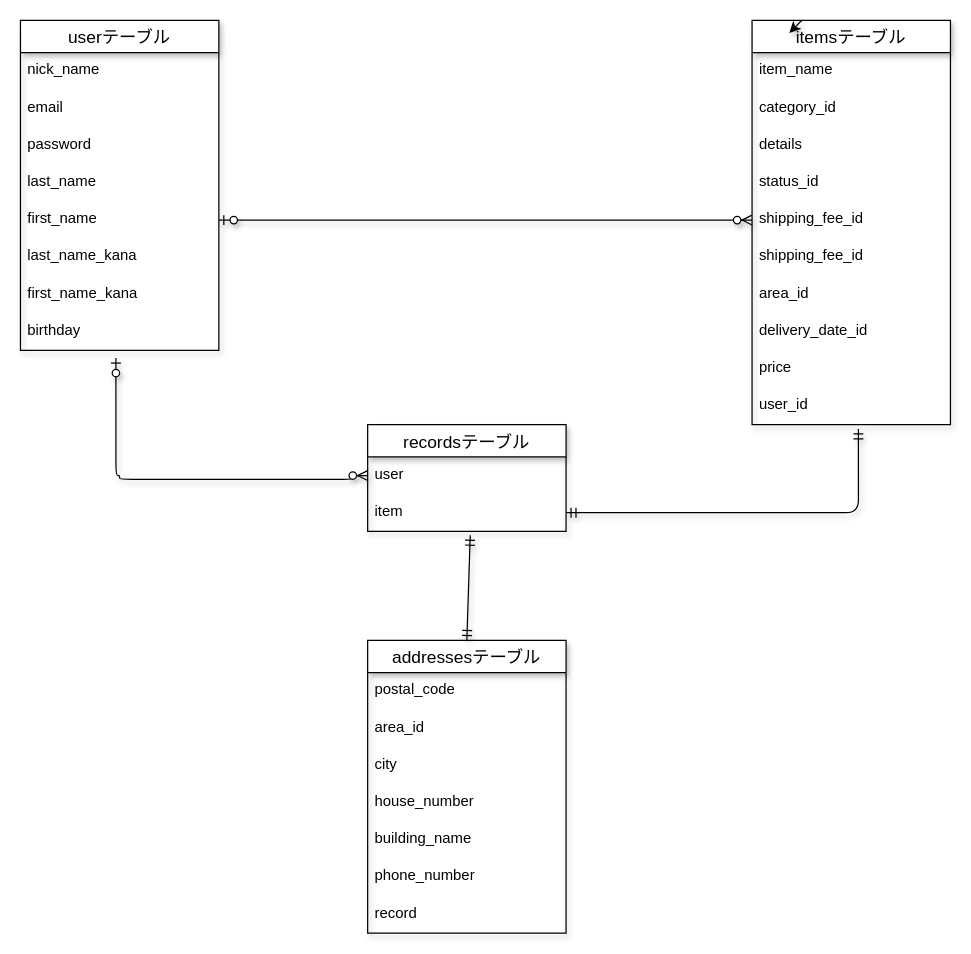
The draw.io diagram dber.dio in hagihara-eisuke02/furima-35544, before the edit. Source tidied: cells renumbered, new cells numbered last; positions are measured from the earlier drawing's top-left corner, leaving out a move shared by most shapes. Both pictures are drawn from the tidied source at 124%, with x=0, y=0 at pixel (20, 20).
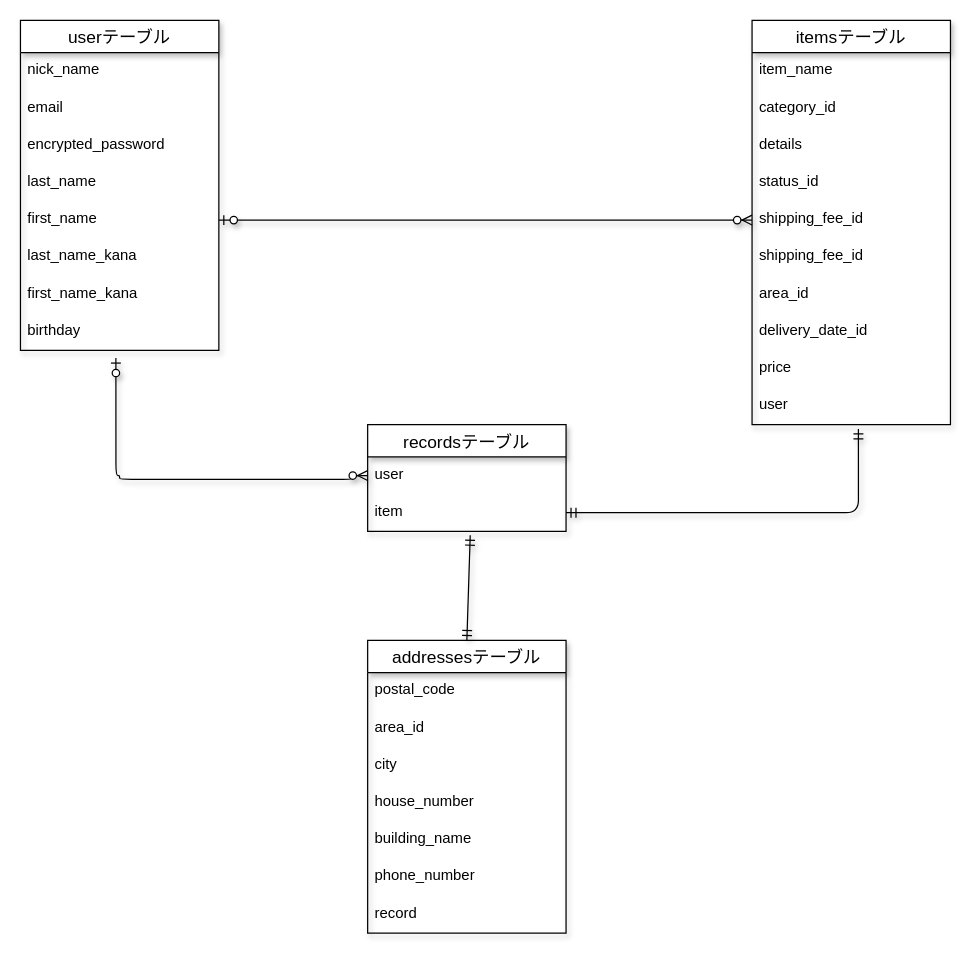
The same diagram, later.

The change refers to these unchanged cells:
```xml
<mxCell id="2" value="userテーブル" style="swimlane;fontStyle=0;horizontal=1;startSize=26;align=center;fontSize=14;shadow=1;" parent="1" vertex="1">
  <mxGeometry width="160" height="266" as="geometry" />
</mxCell>
<mxCell id="11" value="itemsテーブル" style="swimlane;fontStyle=0;horizontal=1;startSize=26;align=center;fontSize=14;shadow=1;" parent="1" vertex="1">
  <mxGeometry x="590" width="160" height="326" as="geometry" />
</mxCell>
```

What changed in the source:
```diff
@@
-    <mxCell id="5" value="password" style="text;strokeColor=none;fillColor=none;spacingLeft=4;spacingRight=4;overflow=hidden;fontSize=12;" parent="2" vertex="1">
+    <mxCell id="5" value="encrypted_password" style="text;strokeColor=none;fillColor=none;spacingLeft=4;spacingRight=4;overflow=hidden;fontSize=12;" parent="2" vertex="1">
       <mxGeometry y="86" width="160" height="30" as="geometry" />
     </mxCell>
@@
-    <mxCell id="21" value="user_id" style="text;strokeColor=none;fillColor=none;spacingLeft=4;spacingRight=4;overflow=hidden;points=[[0,0.5],[1,0.5]];portConstraint=eastwest;fontSize=12;" parent="11" vertex="1">
+    <mxCell id="21" value="user" style="text;strokeColor=none;fillColor=none;spacingLeft=4;spacingRight=4;overflow=hidden;points=[[0,0.5],[1,0.5]];portConstraint=eastwest;fontSize=12;" parent="11" vertex="1">
       <mxGeometry y="296" width="160" height="30" as="geometry" />
     </mxCell>
@@
-    <mxCell id="37" style="edgeStyle=none;rounded=0;orthogonalLoop=1;jettySize=auto;html=1;exitX=0.25;exitY=0;exitDx=0;exitDy=0;entryX=0.188;entryY=0.031;entryDx=0;entryDy=0;entryPerimeter=0;shadow=1;" parent="1" edge="1" source="11" target="11">
-      <mxGeometry relative="1" as="geometry" />
-    </mxCell>
```
